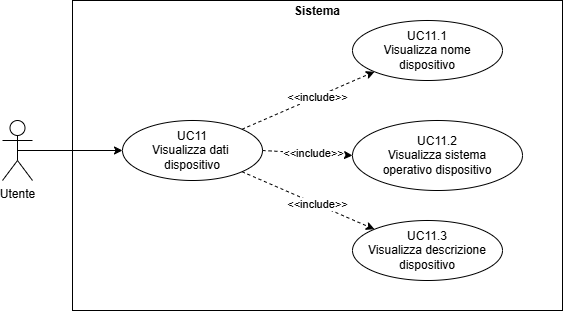
CoderiusGroup/Documentazione keeps this draw.io diagram as src/images/diagrammiUML/UC-13.png. Above is the earlier version. Source tidied: cells renumbered, new cells last; positions are measured from the earlier drawing's top-left corner, leaving out a move shared by most shapes. Its diagram source:
```xml
<mxGraphModel>
  <root>
    <mxCell id="0" />
    <mxCell id="1" parent="0" />
    <mxCell id="2" value="&lt;p style=&quot;margin:0px;margin-top:4px;text-align:center;&quot;&gt;&lt;b&gt;Sistema&lt;/b&gt;&lt;/p&gt;" style="verticalAlign=top;align=left;overflow=fill;html=1;whiteSpace=wrap;fontColor=#000000;" parent="1" vertex="1">
      <mxGeometry x="70" width="490" height="310" as="geometry" />
    </mxCell>
    <mxCell id="3" style="edgeStyle=orthogonalEdgeStyle;rounded=0;jettySize=auto;html=1;exitX=0.5;exitY=0.5;exitDx=0;exitDy=0;exitPerimeter=0;entryX=0;entryY=0.5;entryDx=0;entryDy=0;" parent="1" edge="1" source="4" target="7">
      <mxGeometry relative="1" as="geometry" />
    </mxCell>
    <mxCell id="4" value="Utente" style="shape=umlActor;verticalLabelPosition=bottom;verticalAlign=top;html=1;outlineConnect=0;" parent="1" vertex="1">
      <mxGeometry y="120" width="30" height="60" as="geometry" />
    </mxCell>
    <mxCell id="5" style="rounded=0;jettySize=auto;html=1;exitX=1;exitY=0;exitDx=0;exitDy=0;entryX=0;entryY=1;entryDx=0;entryDy=0;dashed=1;endArrow=classic;endFill=1;" parent="1" edge="1" source="7" target="8">
      <mxGeometry relative="1" as="geometry" />
    </mxCell>
    <mxCell id="6" value="&amp;lt;&amp;lt;include&amp;gt;&amp;gt;" style="edgeLabel;html=1;align=center;verticalAlign=middle;" parent="5" vertex="1">
      <mxGeometry x="0.13" relative="1" as="geometry" />
    </mxCell>
    <mxCell id="7" value="UC11&lt;div&gt;Visualizza dati&amp;nbsp;&lt;/div&gt;&lt;div&gt;dispositivo&lt;/div&gt;" style="ellipse;html=1;whiteSpace=wrap;" parent="1" vertex="1">
      <mxGeometry x="120" y="120" width="140" height="60" as="geometry" />
    </mxCell>
    <mxCell id="8" value="UC11.1&lt;div&gt;&lt;div&gt;Visualizza nome&lt;/div&gt;&lt;div&gt;dispositivo&lt;/div&gt;&lt;/div&gt;" style="ellipse;html=1;whiteSpace=wrap;" parent="1" vertex="1">
      <mxGeometry x="350" y="20" width="150" height="60" as="geometry" />
    </mxCell>
    <mxCell id="9" value="UC11.2&lt;div&gt;&lt;div&gt;Visualizza sistema operativo&amp;nbsp;&lt;span style=&quot;background-color: transparent; color: light-dark(rgb(0, 0, 0), rgb(255, 255, 255));&quot;&gt;dispositivo&lt;/span&gt;&lt;/div&gt;&lt;/div&gt;" style="ellipse;html=1;whiteSpace=wrap;" parent="1" vertex="1">
      <mxGeometry x="350" y="120" width="170" height="70" as="geometry" />
    </mxCell>
    <mxCell id="10" value="UC11.3&lt;div&gt;&lt;div&gt;Visualizza descrizione&lt;/div&gt;&lt;div&gt;dispositivo&lt;/div&gt;&lt;/div&gt;" style="ellipse;html=1;whiteSpace=wrap;" parent="1" vertex="1">
      <mxGeometry x="350" y="220" width="150" height="60" as="geometry" />
    </mxCell>
    <mxCell id="11" style="rounded=0;jettySize=auto;html=1;exitX=1;exitY=0.5;exitDx=0;exitDy=0;entryX=0;entryY=0.5;entryDx=0;entryDy=0;dashed=1;endArrow=classic;endFill=1;" parent="1" edge="1" source="7" target="9">
      <mxGeometry relative="1" as="geometry" />
    </mxCell>
    <mxCell id="12" value="&amp;lt;&amp;lt;include&amp;gt;&amp;gt;" style="edgeLabel;html=1;align=center;verticalAlign=middle;" parent="11" vertex="1">
      <mxGeometry x="0.13" relative="1" as="geometry" />
    </mxCell>
    <mxCell id="13" style="rounded=0;jettySize=auto;html=1;exitX=1;exitY=1;exitDx=0;exitDy=0;entryX=0;entryY=0;entryDx=0;entryDy=0;dashed=1;endArrow=classic;endFill=1;" parent="1" edge="1" source="7" target="10">
      <mxGeometry relative="1" as="geometry" />
    </mxCell>
    <mxCell id="14" value="&amp;lt;&amp;lt;include&amp;gt;&amp;gt;" style="edgeLabel;html=1;align=center;verticalAlign=middle;" parent="13" vertex="1">
      <mxGeometry x="0.13" relative="1" as="geometry" />
    </mxCell>
  </root>
</mxGraphModel>
```
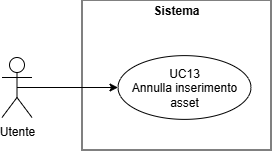
Later version of the same file.

What changed in the source:
```diff
@@ -3,43 +3,16 @@
     <mxCell id="0" />
     <mxCell id="1" parent="0" />
     <mxCell id="2" value="&lt;p style=&quot;margin:0px;margin-top:4px;text-align:center;&quot;&gt;&lt;b&gt;Sistema&lt;/b&gt;&lt;/p&gt;" style="verticalAlign=top;align=left;overflow=fill;html=1;whiteSpace=wrap;fontColor=#000000;" parent="1" vertex="1">
-      <mxGeometry x="70" width="490" height="310" as="geometry" />
+      <mxGeometry x="181" y="60" width="189" height="150" as="geometry" />
     </mxCell>
-    <mxCell id="3" style="edgeStyle=orthogonalEdgeStyle;rounded=0;jettySize=auto;html=1;exitX=0.5;exitY=0.5;exitDx=0;exitDy=0;exitPerimeter=0;entryX=0;entryY=0.5;entryDx=0;entryDy=0;" parent="1" edge="1" source="4" target="7">
-      <mxGeometry relative="1" as="geometry" />
-    </mxCell>
+    <mxCell id="15" style="edgeStyle=orthogonalEdgeStyle;rounded=0;jettySize=auto;html=1;exitX=0.5;exitY=0.5;exitDx=0;exitDy=0;exitPerimeter=0;entryX=0;entryY=0.5;entryDx=0;entryDy=0;" parent="1" edge="1" source="4" target="16">
+      <mxGeometry relative="1" as="geometry" />
+    </mxCell>
     <mxCell id="4" value="Utente" style="shape=umlActor;verticalLabelPosition=bottom;verticalAlign=top;html=1;outlineConnect=0;" parent="1" vertex="1">
-      <mxGeometry y="120" width="30" height="60" as="geometry" />
+      <mxGeometry x="101" y="117.5" width="30" height="60" as="geometry" />
     </mxCell>
-    <mxCell id="5" style="rounded=0;jettySize=auto;html=1;exitX=1;exitY=0;exitDx=0;exitDy=0;entryX=0;entryY=1;entryDx=0;entryDy=0;dashed=1;endArrow=classic;endFill=1;" parent="1" edge="1" source="7" target="8">
-      <mxGeometry relative="1" as="geometry" />
-    </mxCell>
-    <mxCell id="6" value="&amp;lt;&amp;lt;include&amp;gt;&amp;gt;" style="edgeLabel;html=1;align=center;verticalAlign=middle;" parent="5" vertex="1">
-      <mxGeometry x="0.13" relative="1" as="geometry" />
-    </mxCell>
-    <mxCell id="7" value="UC11&lt;div&gt;Visualizza dati&amp;nbsp;&lt;/div&gt;&lt;div&gt;dispositivo&lt;/div&gt;" style="ellipse;html=1;whiteSpace=wrap;" parent="1" vertex="1">
-      <mxGeometry x="120" y="120" width="140" height="60" as="geometry" />
-    </mxCell>
-    <mxCell id="8" value="UC11.1&lt;div&gt;&lt;div&gt;Visualizza nome&lt;/div&gt;&lt;div&gt;dispositivo&lt;/div&gt;&lt;/div&gt;" style="ellipse;html=1;whiteSpace=wrap;" parent="1" vertex="1">
-      <mxGeometry x="350" y="20" width="150" height="60" as="geometry" />
-    </mxCell>
-    <mxCell id="9" value="UC11.2&lt;div&gt;&lt;div&gt;Visualizza sistema operativo&amp;nbsp;&lt;span style=&quot;background-color: transparent; color: light-dark(rgb(0, 0, 0), rgb(255, 255, 255));&quot;&gt;dispositivo&lt;/span&gt;&lt;/div&gt;&lt;/div&gt;" style="ellipse;html=1;whiteSpace=wrap;" parent="1" vertex="1">
-      <mxGeometry x="350" y="120" width="170" height="70" as="geometry" />
-    </mxCell>
-    <mxCell id="10" value="UC11.3&lt;div&gt;&lt;div&gt;Visualizza descrizione&lt;/div&gt;&lt;div&gt;dispositivo&lt;/div&gt;&lt;/div&gt;" style="ellipse;html=1;whiteSpace=wrap;" parent="1" vertex="1">
-      <mxGeometry x="350" y="220" width="150" height="60" as="geometry" />
-    </mxCell>
-    <mxCell id="11" style="rounded=0;jettySize=auto;html=1;exitX=1;exitY=0.5;exitDx=0;exitDy=0;entryX=0;entryY=0.5;entryDx=0;entryDy=0;dashed=1;endArrow=classic;endFill=1;" parent="1" edge="1" source="7" target="9">
-      <mxGeometry relative="1" as="geometry" />
-    </mxCell>
-    <mxCell id="12" value="&amp;lt;&amp;lt;include&amp;gt;&amp;gt;" style="edgeLabel;html=1;align=center;verticalAlign=middle;" parent="11" vertex="1">
-      <mxGeometry x="0.13" relative="1" as="geometry" />
-    </mxCell>
-    <mxCell id="13" style="rounded=0;jettySize=auto;html=1;exitX=1;exitY=1;exitDx=0;exitDy=0;entryX=0;entryY=0;entryDx=0;entryDy=0;dashed=1;endArrow=classic;endFill=1;" parent="1" edge="1" source="7" target="10">
-      <mxGeometry relative="1" as="geometry" />
-    </mxCell>
-    <mxCell id="14" value="&amp;lt;&amp;lt;include&amp;gt;&amp;gt;" style="edgeLabel;html=1;align=center;verticalAlign=middle;" parent="13" vertex="1">
-      <mxGeometry x="0.13" relative="1" as="geometry" />
-    </mxCell>
+    <mxCell id="16" value="UC13&lt;div&gt;Annulla inserimento asset&lt;/div&gt;" style="ellipse;html=1;whiteSpace=wrap;" parent="1" vertex="1">
+      <mxGeometry x="217" y="115.6" width="133" height="63.8" as="geometry" />
+    </mxCell>
   </root>
 </mxGraphModel>
```
